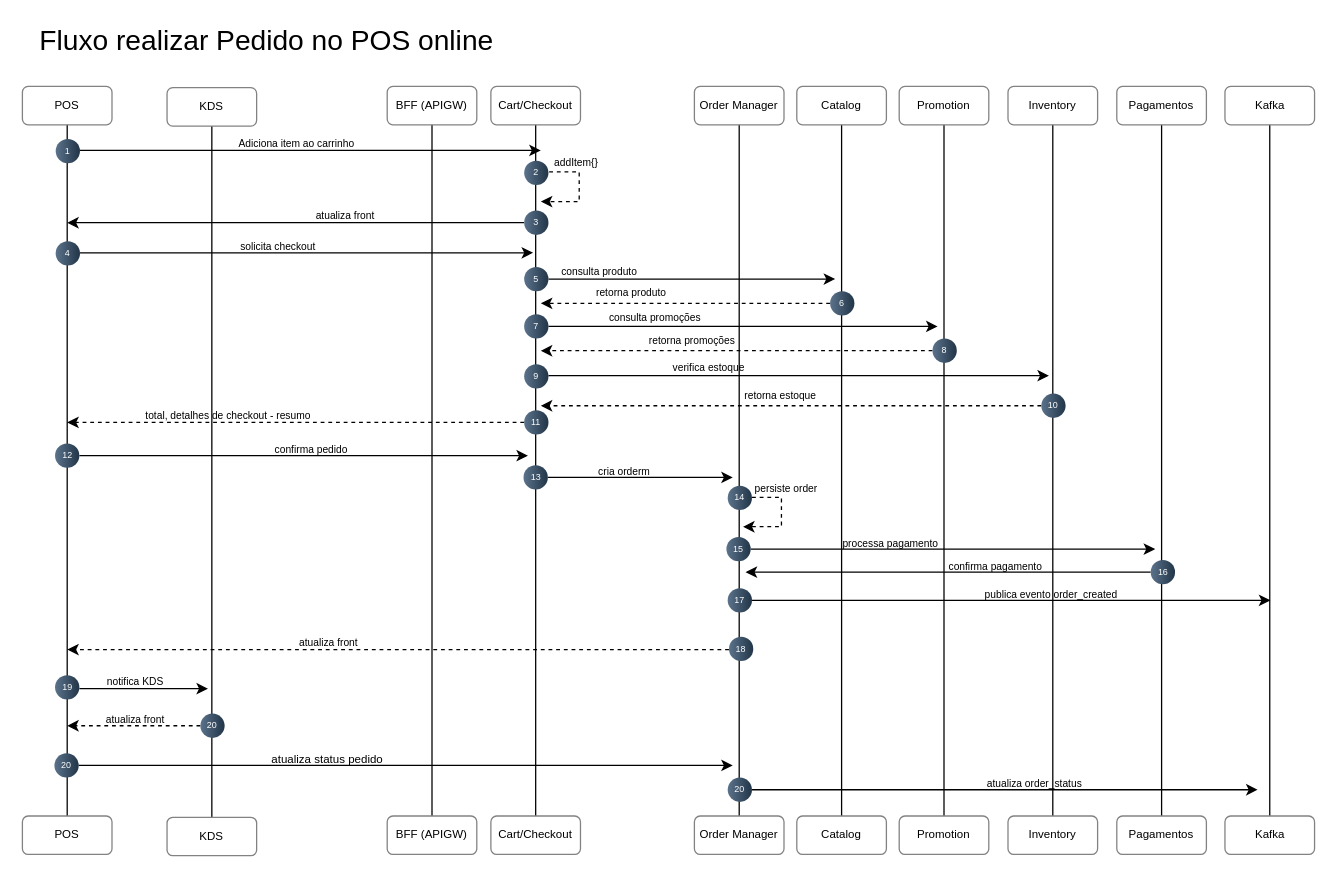
This is page "PB - Diagrama Seq." (5 of 9) of Final-ProntoBurger.drawio.xml from Rogpe-Prog/PBurger-Case, a draw.io file, before an edit. Source tidied: cells renumbered, new cells numbered last; positions are measured from the earlier drawing's top-left corner, leaving out a move shared by most shapes. Both pictures are drawn from the tidied source at 128%, with x=0, y=0 at pixel (22, 22).
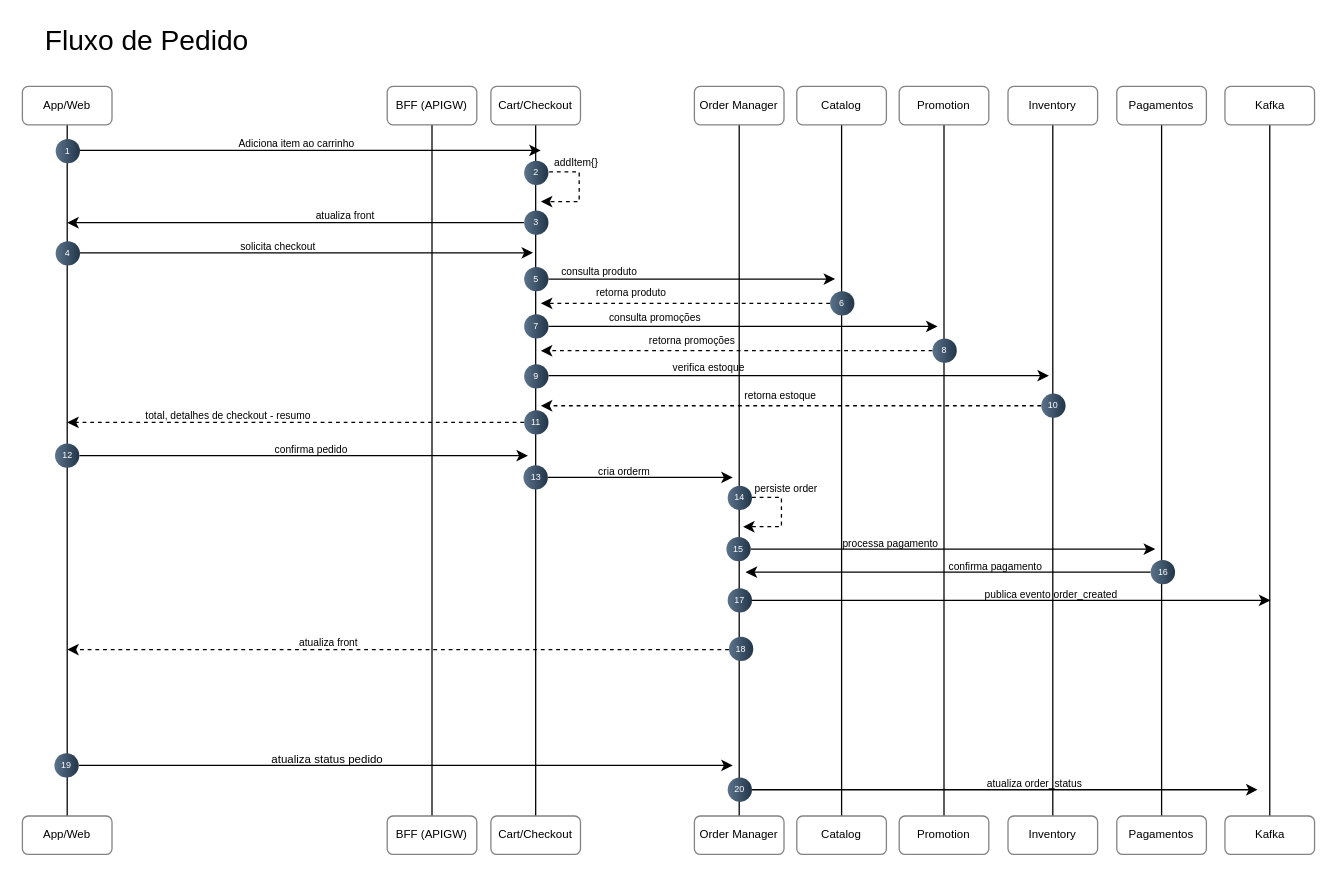
After the change.

The edit, as a diff of the source:
```diff
@@
-    <mxCell id="2" value="Fluxo realizar Pedido no POS online" style="text;html=1;align=center;verticalAlign=middle;whiteSpace=wrap;rounded=0;fontSize=22;" parent="1" vertex="1">
-      <mxGeometry width="382" height="30" as="geometry" />
+    <mxCell id="2" value="Fluxo de Pedido&amp;nbsp;" style="text;html=1;align=center;verticalAlign=middle;whiteSpace=wrap;rounded=0;fontSize=22;" parent="1" vertex="1">
+      <mxGeometry width="201" height="30" as="geometry" />
     </mxCell>
@@
-    <mxCell id="20" value="POS" style="rounded=1;whiteSpace=wrap;html=1;fillColor=none;fontSize=9;strokeColor=#828282;" parent="1" vertex="1">
+    <mxCell id="20" value="App/Web" style="rounded=1;whiteSpace=wrap;html=1;fillColor=none;fontSize=9;strokeColor=#828282;" parent="1" vertex="1">
       <mxGeometry y="50" width="70" height="30" as="geometry" />
     </mxCell>
-    <mxCell id="21" style="edgeStyle=orthogonalEdgeStyle;rounded=0;jettySize=auto;html=1;entryX=0.5;entryY=0;entryDx=0;entryDy=0;endArrow=none;endFill=0;" parent="1" edge="1" source="22" target="32">
-      <mxGeometry relative="1" as="geometry" />
-    </mxCell>
-    <mxCell id="22" value="KDS" style="rounded=1;whiteSpace=wrap;html=1;fillColor=none;fontSize=9;strokeColor=#828282;" parent="1" vertex="1">
-      <mxGeometry x="113" y="51" width="70" height="30" as="geometry" />
-    </mxCell>
@@
-    <mxCell id="31" value="POS" style="rounded=1;whiteSpace=wrap;html=1;fillColor=none;fontSize=9;strokeColor=#828282;" parent="1" vertex="1">
+    <mxCell id="31" value="App/Web" style="rounded=1;whiteSpace=wrap;html=1;fillColor=none;fontSize=9;strokeColor=#828282;" parent="1" vertex="1">
       <mxGeometry y="620" width="70" height="30" as="geometry" />
     </mxCell>
-    <mxCell id="32" value="KDS" style="rounded=1;whiteSpace=wrap;html=1;fillColor=none;fontSize=9;strokeColor=#828282;" parent="1" vertex="1">
-      <mxGeometry x="113" y="621" width="70" height="30" as="geometry" />
-    </mxCell>
@@
-    <mxCell id="68" style="edgeStyle=orthogonalEdgeStyle;rounded=0;orthogonalLoop=1;jettySize=auto;html=1;" parent="1" edge="1">
-      <mxGeometry relative="1" as="geometry">
-        <mxPoint x="44.5" y="520.5" as="sourcePoint" />
-        <mxPoint x="145" y="520.5" as="targetPoint" />
-      </mxGeometry>
-    </mxCell>
-    <mxCell id="69" value="19" style="ellipse;whiteSpace=wrap;html=1;rotation=0;gradientColor=#223548;strokeColor=none;gradientDirection=east;fillColor=#5b738b;rounded=0;fontFamily=Helvetica;fontSize=7;fontColor=#FFFFFF;spacingTop=4;spacingBottom=4;spacingLeft=4;spacingRight=4;fontStyle=0;" parent="1" vertex="1">
-      <mxGeometry x="25.5" y="510" width="19" height="19" as="geometry" />
-    </mxCell>
-    <mxCell id="70" style="edgeStyle=orthogonalEdgeStyle;rounded=0;jettySize=auto;html=1;dashed=1;" parent="1" edge="1" source="71">
-      <mxGeometry relative="1" as="geometry">
-        <mxPoint x="35" y="549.5" as="targetPoint" />
-      </mxGeometry>
-    </mxCell>
-    <mxCell id="71" value="20" style="ellipse;whiteSpace=wrap;html=1;rotation=0;gradientColor=#223548;strokeColor=none;gradientDirection=east;fillColor=#5b738b;rounded=0;fontFamily=Helvetica;fontSize=7;fontColor=#FFFFFF;spacingTop=4;spacingBottom=4;spacingLeft=4;spacingRight=4;points=[];fontStyle=0;" parent="1" vertex="1">
-      <mxGeometry x="139" y="540" width="19" height="19" as="geometry" />
-    </mxCell>
@@
-    <mxCell id="91" value="notifica KDS" style="text;html=1;align=center;verticalAlign=middle;whiteSpace=wrap;rounded=0;fontSize=8;" parent="1" vertex="1">
-      <mxGeometry x="64" y="510" width="49" height="10" as="geometry" />
-    </mxCell>
-    <mxCell id="92" value="atualiza front" style="text;html=1;align=center;verticalAlign=middle;whiteSpace=wrap;rounded=0;fontSize=8;" parent="1" vertex="1">
-      <mxGeometry x="64" y="540" width="49" height="10" as="geometry" />
-    </mxCell>
@@
-    <mxCell id="94" value="20" style="ellipse;whiteSpace=wrap;html=1;rotation=0;gradientColor=#223548;strokeColor=none;gradientDirection=east;fillColor=#5b738b;rounded=0;fontFamily=Helvetica;fontSize=7;fontColor=#FFFFFF;spacingTop=4;spacingBottom=4;spacingLeft=4;spacingRight=4;points=[];fontStyle=0;" parent="1" vertex="1">
+    <mxCell id="94" value="19" style="ellipse;whiteSpace=wrap;html=1;rotation=0;gradientColor=#223548;strokeColor=none;gradientDirection=east;fillColor=#5b738b;rounded=0;fontFamily=Helvetica;fontSize=7;fontColor=#FFFFFF;spacingTop=4;spacingBottom=4;spacingLeft=4;spacingRight=4;points=[];fontStyle=0;" parent="1" vertex="1">
       <mxGeometry x="25" y="571" width="19" height="19" as="geometry" />
     </mxCell>
```
